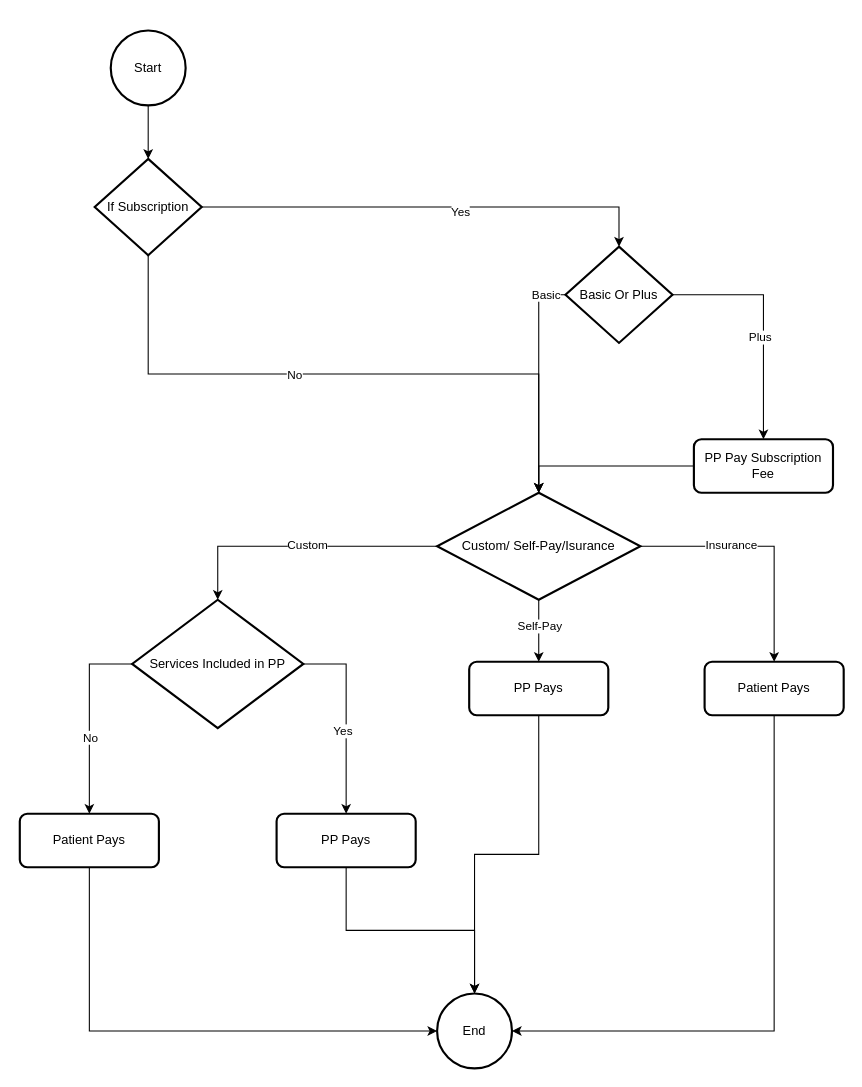
Earlier version of the draw.io diagram PreferedPartnerCharge.drawio (fkbhatti/EHR_Diagrams). Source tidied: cells renumbered, new cells numbered last; positions are measured from the earlier drawing's top-left corner, leaving out a move shared by most shapes. Both pictures are drawn from the tidied source at 107%, with x=0, y=0 at pixel (19, 30).
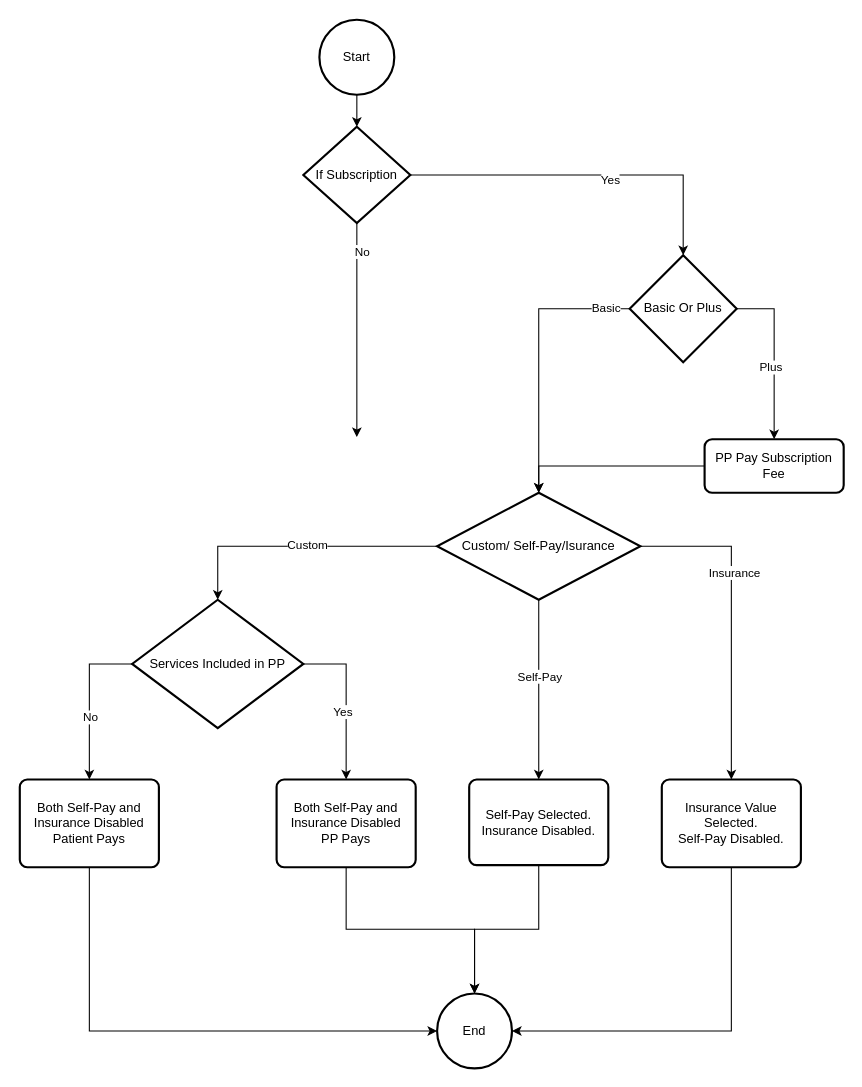
The same page after the edit.

Unchanged cells that the change refers to:
```xml
<mxCell id="15" value="Custom/ Self-Pay/Isurance" style="strokeWidth=2;html=1;shape=mxgraph.flowchart.decision;whiteSpace=wrap;" parent="1" vertex="1">
  <mxGeometry x="390" y="432" width="190" height="100" as="geometry" />
</mxCell>
<mxCell id="32" value="End" style="strokeWidth=2;html=1;shape=mxgraph.flowchart.start_2;whiteSpace=wrap;" parent="1" vertex="1">
  <mxGeometry x="390" y="900" width="70" height="70" as="geometry" />
</mxCell>
```

Change to the diagram source:
```diff
@@
     <mxCell id="3" value="Start" style="strokeWidth=2;html=1;shape=mxgraph.flowchart.start_2;whiteSpace=wrap;" parent="1" vertex="1">
-      <mxGeometry x="85" width="70" height="70" as="geometry" />
+      <mxGeometry x="280" y="-10" width="70" height="70" as="geometry" />
     </mxCell>
-    <mxCell id="4" style="edgeStyle=orthogonalEdgeStyle;rounded=0;jettySize=auto;html=1;exitX=0.5;exitY=1;exitDx=0;exitDy=0;exitPerimeter=0;entryX=0.5;entryY=0;entryDx=0;entryDy=0;entryPerimeter=0;" parent="1" edge="1" source="10" target="15">
-      <mxGeometry relative="1" as="geometry" />
+    <mxCell id="4" style="edgeStyle=orthogonalEdgeStyle;rounded=0;jettySize=auto;html=1;exitX=0.5;exitY=1;exitDx=0;exitDy=0;exitPerimeter=0;" parent="1" edge="1" source="10">
+      <mxGeometry relative="1" as="geometry">
+        <mxPoint x="315" y="380" as="targetPoint" />
+        <Array as="points">
+          <mxPoint x="315" y="360" />
+        </Array>
+      </mxGeometry>
     </mxCell>
     <mxCell id="5" value="No" style="edgeLabel;html=1;align=center;verticalAlign=middle;" parent="4" vertex="1">
-      <mxGeometry x="-0.16" relative="1" as="geometry" />
+      <mxGeometry x="-0.74" y="4" relative="1" as="geometry" />
     </mxCell>
     <mxCell id="6" style="edgeStyle=orthogonalEdgeStyle;rounded=0;jettySize=auto;html=1;exitX=0;exitY=0.5;exitDx=0;exitDy=0;exitPerimeter=0;entryX=0.5;entryY=0;entryDx=0;entryDy=0;entryPerimeter=0;" parent="1" edge="1" source="11" target="15">
-      <mxGeometry relative="1" as="geometry" />
+      <mxGeometry relative="1" as="geometry">
+        <Array as="points">
+          <mxPoint x="570" y="260" />
+          <mxPoint x="485" y="260" />
+        </Array>
+      </mxGeometry>
     </mxCell>
@@
     <mxCell id="10" value="If Subscription" style="strokeWidth=2;html=1;shape=mxgraph.flowchart.decision;whiteSpace=wrap;" parent="1" vertex="1">
-      <mxGeometry x="70" y="120" width="100" height="90" as="geometry" />
+      <mxGeometry x="265" y="90" width="100" height="90" as="geometry" />
     </mxCell>
     <mxCell id="11" value="Basic Or Plus" style="strokeWidth=2;html=1;shape=mxgraph.flowchart.decision;whiteSpace=wrap;" parent="1" vertex="1">
-      <mxGeometry x="510" y="202" width="100" height="90" as="geometry" />
+      <mxGeometry x="570" y="210" width="100" height="100" as="geometry" />
     </mxCell>
@@
     <mxCell id="14" value="PP Pay Subscription Fee" style="rounded=1;whiteSpace=wrap;html=1;absoluteArcSize=1;arcSize=14;strokeWidth=2;" parent="1" vertex="1">
-      <mxGeometry x="630" y="382" width="130" height="50" as="geometry" />
+      <mxGeometry x="640" y="382" width="130" height="50" as="geometry" />
     </mxCell>
@@
-    <mxCell id="17" value="PP Pays" style="rounded=1;whiteSpace=wrap;html=1;absoluteArcSize=1;arcSize=14;strokeWidth=2;" parent="1" vertex="1">
-      <mxGeometry x="420" y="590" width="130" height="50" as="geometry" />
+    <mxCell id="17" value="Self-Pay Selected.&lt;br&gt;Insurance Disabled." style="rounded=1;whiteSpace=wrap;html=1;absoluteArcSize=1;arcSize=14;strokeWidth=2;" parent="1" vertex="1">
+      <mxGeometry x="420" y="700" width="130" height="80" as="geometry" />
     </mxCell>
-    <mxCell id="18" value="Patient Pays" style="rounded=1;whiteSpace=wrap;html=1;absoluteArcSize=1;arcSize=14;strokeWidth=2;" parent="1" vertex="1">
-      <mxGeometry x="640" y="590" width="130" height="50" as="geometry" />
+    <mxCell id="18" value="Insurance Value Selected.&lt;br&gt;Self-Pay Disabled." style="rounded=1;whiteSpace=wrap;html=1;absoluteArcSize=1;arcSize=14;strokeWidth=2;" parent="1" vertex="1">
+      <mxGeometry x="600" y="700" width="130" height="82" as="geometry" />
     </mxCell>
@@
-    <mxCell id="26" value="PP Pays" style="rounded=1;whiteSpace=wrap;html=1;absoluteArcSize=1;arcSize=14;strokeWidth=2;" parent="1" vertex="1">
-      <mxGeometry x="240" y="732" width="130" height="50" as="geometry" />
+    <mxCell id="26" value="Both Self-Pay and Insurance Disabled&lt;br&gt;PP Pays" style="rounded=1;whiteSpace=wrap;html=1;absoluteArcSize=1;arcSize=14;strokeWidth=2;" parent="1" vertex="1">
+      <mxGeometry x="240" y="700" width="130" height="82" as="geometry" />
     </mxCell>
-    <mxCell id="27" value="Patient Pays" style="rounded=1;whiteSpace=wrap;html=1;absoluteArcSize=1;arcSize=14;strokeWidth=2;" parent="1" vertex="1">
-      <mxGeometry y="732" width="130" height="50" as="geometry" />
+    <mxCell id="27" value="Both Self-Pay and Insurance Disabled&lt;br&gt;Patient Pays" style="rounded=1;whiteSpace=wrap;html=1;absoluteArcSize=1;arcSize=14;strokeWidth=2;" parent="1" vertex="1">
+      <mxGeometry y="700" width="130" height="82" as="geometry" />
     </mxCell>
@@
     <mxCell id="34" style="edgeStyle=orthogonalEdgeStyle;rounded=0;jettySize=auto;html=1;exitX=0.5;exitY=1;exitDx=0;exitDy=0;entryX=0.5;entryY=0;entryDx=0;entryDy=0;entryPerimeter=0;" parent="1" edge="1" source="26" target="32">
-      <mxGeometry relative="1" as="geometry" />
+      <mxGeometry relative="1" as="geometry">
+        <Array as="points">
+          <mxPoint x="305" y="840" />
+          <mxPoint x="425" y="840" />
+        </Array>
+      </mxGeometry>
     </mxCell>
     <mxCell id="35" style="edgeStyle=orthogonalEdgeStyle;rounded=0;jettySize=auto;html=1;exitX=0.5;exitY=1;exitDx=0;exitDy=0;entryX=0.5;entryY=0;entryDx=0;entryDy=0;entryPerimeter=0;" parent="1" edge="1" source="17" target="32">
-      <mxGeometry relative="1" as="geometry" />
+      <mxGeometry relative="1" as="geometry">
+        <Array as="points">
+          <mxPoint x="485" y="840" />
+          <mxPoint x="425" y="840" />
+        </Array>
+      </mxGeometry>
     </mxCell>
```
